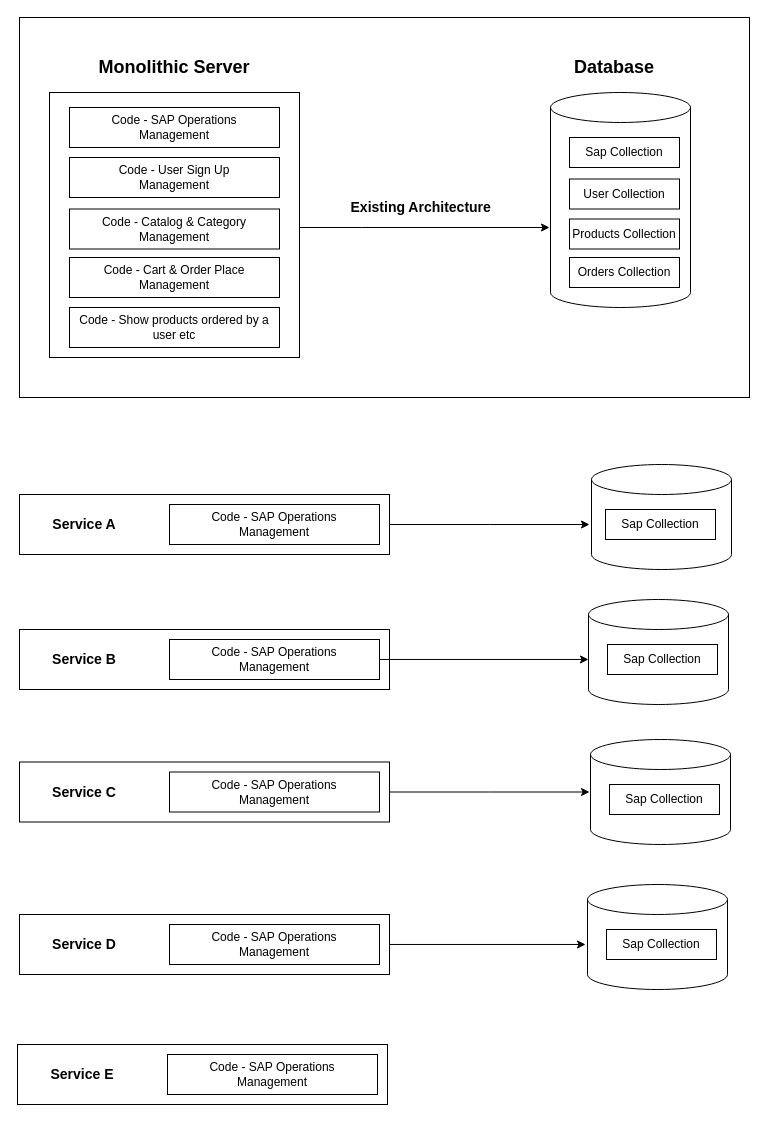
Before: page "Monolythic" (1 of 7) of nesto-microservice.drawio in yatishpro/nesto, a draw.io diagram. Source tidied: cells renumbered, new cells numbered last; positions are measured from the earlier drawing's top-left corner, leaving out a move shared by most shapes. Both pictures are drawn from the tidied source at 100%, with x=0, y=0 at pixel (17, 17).
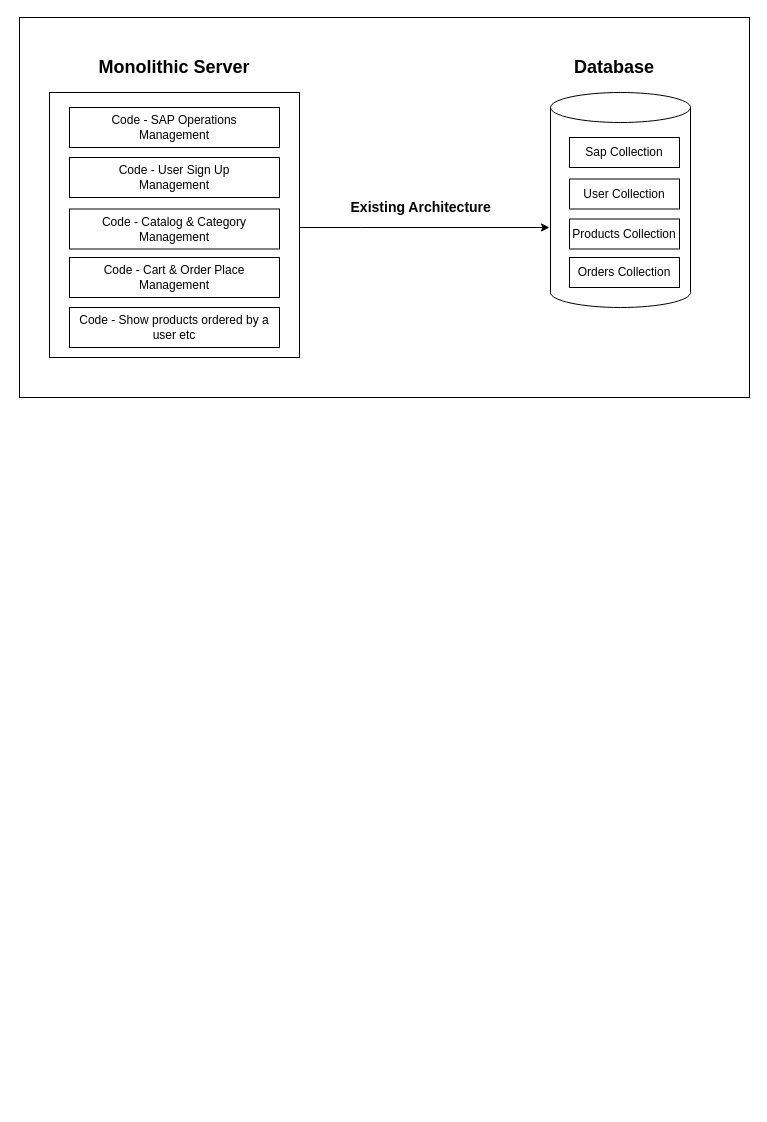
After the change.

Change to the diagram source:
```diff
@@
-    <mxCell id="17" style="edgeStyle=orthogonalEdgeStyle;rounded=0;jettySize=auto;html=1;" parent="1" edge="1" source="18">
-      <mxGeometry relative="1" as="geometry">
-        <mxPoint x="572" y="507" as="targetPoint" />
-      </mxGeometry>
-    </mxCell>
-    <mxCell id="18" style="rounded=0;whiteSpace=wrap;html=1;" parent="1" vertex="1">
-      <mxGeometry x="2" y="477" width="370" height="60" as="geometry" />
-    </mxCell>
-    <mxCell id="19" value="&lt;div&gt;Code - SAP Operations &lt;br&gt;&lt;/div&gt;&lt;div&gt;Management&lt;/div&gt;" style="rounded=0;whiteSpace=wrap;html=1;" parent="1" vertex="1">
-      <mxGeometry x="152" y="487" width="210" height="40" as="geometry" />
-    </mxCell>
-    <mxCell id="20" value="&lt;font style=&quot;font-size: 14px&quot;&gt;&lt;b&gt;Service A&lt;/b&gt;&lt;/font&gt;" style="text;html=1;strokeColor=none;fillColor=none;align=center;verticalAlign=middle;whiteSpace=wrap;rounded=0;" parent="1" vertex="1">
-      <mxGeometry x="22" y="497" width="90" height="20" as="geometry" />
-    </mxCell>
-    <mxCell id="21" style="rounded=0;whiteSpace=wrap;html=1;" parent="1" vertex="1">
-      <mxGeometry x="2" y="612" width="370" height="60" as="geometry" />
-    </mxCell>
-    <mxCell id="22" style="edgeStyle=orthogonalEdgeStyle;rounded=0;jettySize=auto;html=1;entryX=0;entryY=0.571;entryDx=0;entryDy=0;entryPerimeter=0;" parent="1" edge="1" source="23" target="38">
-      <mxGeometry relative="1" as="geometry" />
-    </mxCell>
-    <mxCell id="23" value="&lt;div&gt;Code - SAP Operations &lt;br&gt;&lt;/div&gt;&lt;div&gt;Management&lt;/div&gt;" style="rounded=0;whiteSpace=wrap;html=1;" parent="1" vertex="1">
-      <mxGeometry x="152" y="622" width="210" height="40" as="geometry" />
-    </mxCell>
-    <mxCell id="24" value="&lt;font style=&quot;font-size: 14px&quot;&gt;&lt;b&gt;Service B&lt;br&gt;&lt;/b&gt;&lt;/font&gt;" style="text;html=1;strokeColor=none;fillColor=none;align=center;verticalAlign=middle;whiteSpace=wrap;rounded=0;" parent="1" vertex="1">
-      <mxGeometry x="22" y="632" width="90" height="20" as="geometry" />
-    </mxCell>
-    <mxCell id="25" style="edgeStyle=orthogonalEdgeStyle;rounded=0;jettySize=auto;html=1;" parent="1" edge="1" source="26">
-      <mxGeometry relative="1" as="geometry">
-        <mxPoint x="572" y="774.5" as="targetPoint" />
-      </mxGeometry>
-    </mxCell>
-    <mxCell id="26" style="rounded=0;whiteSpace=wrap;html=1;" parent="1" vertex="1">
-      <mxGeometry x="2" y="744.5" width="370" height="60" as="geometry" />
-    </mxCell>
-    <mxCell id="27" value="&lt;div&gt;Code - SAP Operations &lt;br&gt;&lt;/div&gt;&lt;div&gt;Management&lt;/div&gt;" style="rounded=0;whiteSpace=wrap;html=1;" parent="1" vertex="1">
-      <mxGeometry x="152" y="754.5" width="210" height="40" as="geometry" />
-    </mxCell>
-    <mxCell id="28" value="&lt;font style=&quot;font-size: 14px&quot;&gt;&lt;b&gt;Service C&lt;br&gt;&lt;/b&gt;&lt;/font&gt;" style="text;html=1;strokeColor=none;fillColor=none;align=center;verticalAlign=middle;whiteSpace=wrap;rounded=0;" parent="1" vertex="1">
-      <mxGeometry x="22" y="764.5" width="90" height="20" as="geometry" />
-    </mxCell>
-    <mxCell id="29" style="edgeStyle=orthogonalEdgeStyle;rounded=0;jettySize=auto;html=1;entryX=-0.014;entryY=0.571;entryDx=0;entryDy=0;entryPerimeter=0;" parent="1" edge="1" source="30" target="42">
-      <mxGeometry relative="1" as="geometry" />
-    </mxCell>
-    <mxCell id="30" style="rounded=0;whiteSpace=wrap;html=1;" parent="1" vertex="1">
-      <mxGeometry x="2" y="897" width="370" height="60" as="geometry" />
-    </mxCell>
-    <mxCell id="31" value="&lt;div&gt;Code - SAP Operations &lt;br&gt;&lt;/div&gt;&lt;div&gt;Management&lt;/div&gt;" style="rounded=0;whiteSpace=wrap;html=1;" parent="1" vertex="1">
-      <mxGeometry x="152" y="907" width="210" height="40" as="geometry" />
-    </mxCell>
-    <mxCell id="32" value="&lt;font style=&quot;font-size: 14px&quot;&gt;&lt;b&gt;Service D&lt;br&gt;&lt;/b&gt;&lt;/font&gt;" style="text;html=1;strokeColor=none;fillColor=none;align=center;verticalAlign=middle;whiteSpace=wrap;rounded=0;" parent="1" vertex="1">
-      <mxGeometry x="22" y="917" width="90" height="20" as="geometry" />
-    </mxCell>
-    <mxCell id="33" style="rounded=0;whiteSpace=wrap;html=1;" parent="1" vertex="1">
-      <mxGeometry y="1027" width="370" height="60" as="geometry" />
-    </mxCell>
-    <mxCell id="34" value="&lt;div&gt;Code - SAP Operations &lt;br&gt;&lt;/div&gt;&lt;div&gt;Management&lt;/div&gt;" style="rounded=0;whiteSpace=wrap;html=1;" parent="1" vertex="1">
-      <mxGeometry x="150" y="1037" width="210" height="40" as="geometry" />
-    </mxCell>
-    <mxCell id="35" value="&lt;font style=&quot;font-size: 14px&quot;&gt;&lt;b&gt;Service E&lt;br&gt;&lt;/b&gt;&lt;/font&gt;" style="text;html=1;strokeColor=none;fillColor=none;align=center;verticalAlign=middle;whiteSpace=wrap;rounded=0;" parent="1" vertex="1">
-      <mxGeometry x="20" y="1047" width="90" height="20" as="geometry" />
-    </mxCell>
-    <mxCell id="36" style="shape=cylinder3;whiteSpace=wrap;html=1;boundedLbl=1;backgroundOutline=1;size=15;" parent="1" vertex="1">
-      <mxGeometry x="574" y="447" width="140" height="105" as="geometry" />
-    </mxCell>
-    <mxCell id="37" value="Sap Collection" style="rounded=0;whiteSpace=wrap;html=1;" parent="1" vertex="1">
-      <mxGeometry x="588" y="492" width="110" height="30" as="geometry" />
-    </mxCell>
-    <mxCell id="38" style="shape=cylinder3;whiteSpace=wrap;html=1;boundedLbl=1;backgroundOutline=1;size=15;" parent="1" vertex="1">
-      <mxGeometry x="571" y="582" width="140" height="105" as="geometry" />
-    </mxCell>
-    <mxCell id="39" value="Sap Collection" style="rounded=0;whiteSpace=wrap;html=1;" parent="1" vertex="1">
-      <mxGeometry x="590" y="627" width="110" height="30" as="geometry" />
-    </mxCell>
-    <mxCell id="40" style="shape=cylinder3;whiteSpace=wrap;html=1;boundedLbl=1;backgroundOutline=1;size=15;" parent="1" vertex="1">
-      <mxGeometry x="573" y="722" width="140" height="105" as="geometry" />
-    </mxCell>
-    <mxCell id="41" value="Sap Collection" style="rounded=0;whiteSpace=wrap;html=1;" parent="1" vertex="1">
-      <mxGeometry x="592" y="767" width="110" height="30" as="geometry" />
-    </mxCell>
-    <mxCell id="42" style="shape=cylinder3;whiteSpace=wrap;html=1;boundedLbl=1;backgroundOutline=1;size=15;" parent="1" vertex="1">
-      <mxGeometry x="570" y="867" width="140" height="105" as="geometry" />
-    </mxCell>
-    <mxCell id="43" value="Sap Collection" style="rounded=0;whiteSpace=wrap;html=1;" parent="1" vertex="1">
-      <mxGeometry x="589" y="912" width="110" height="30" as="geometry" />
-    </mxCell>
```
